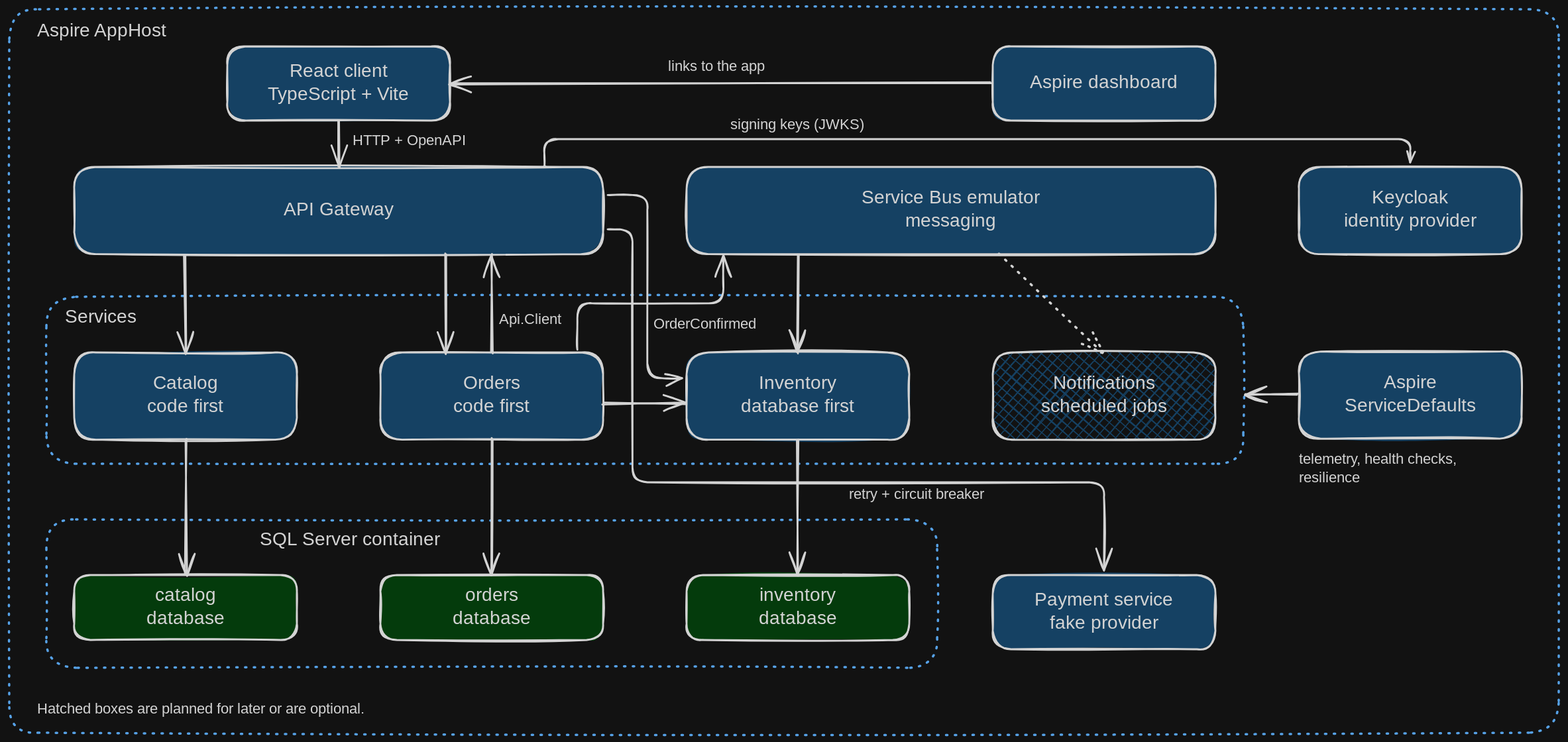
Earlier version of the Excalidraw export resources/schemas/CatDemoArchitecture.excalidraw.svg (gmarginet/CleanArchitectureToolkit). Source tidied: one line per element, renumbered; positions are measured from the earlier drawing's top-left corner, leaving out a move shared by most shapes.
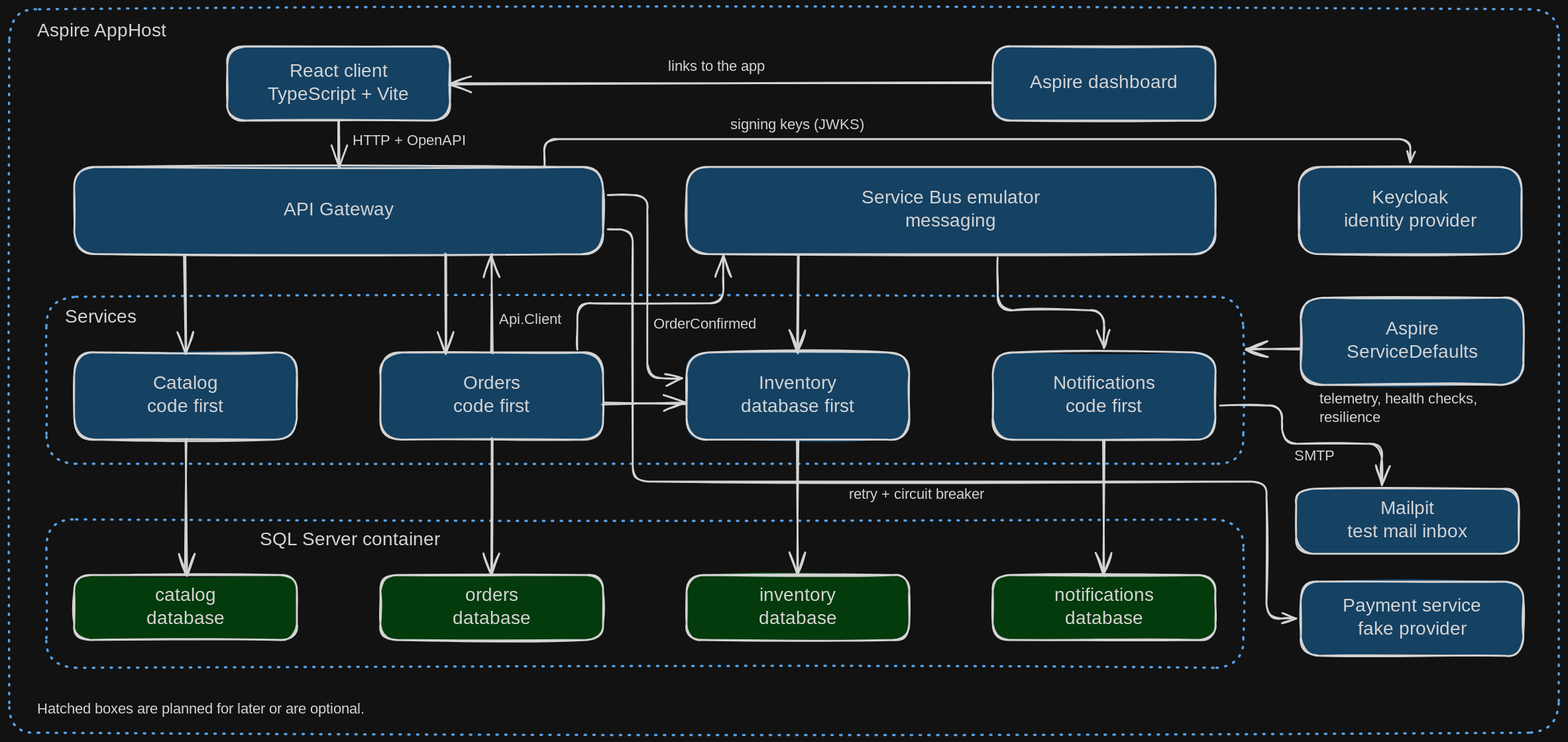
The same file after the commit.

Commit message:
Show Notifications, its database and Mailpit in the demo drawing (skip-pub)

What changed in the source:
```diff
@@ -1,6 +1,6 @@
 {"id": 0, "type": "rectangle", "strokeColor": "#1971c2", "strokeWidth": 2, "strokeStyle": "dotted", "roughness": 1, "round": true, "x": 0, "y": 0, "width": 1670, "height": 780}
 {"id": 1, "type": "rectangle", "strokeColor": "#1971c2", "strokeWidth": 2, "strokeStyle": "dotted", "roughness": 1, "round": true, "x": 40, "y": 310, "width": 1290, "height": 180}
-{"id": 2, "type": "rectangle", "strokeColor": "#1971c2", "strokeWidth": 2, "strokeStyle": "dotted", "roughness": 1, "round": true, "x": 40, "y": 550, "width": 960, "height": 160}
+{"id": 2, "type": "rectangle", "strokeColor": "#1971c2", "strokeWidth": 2, "strokeStyle": "dotted", "roughness": 1, "round": true, "x": 40, "y": 550, "width": 1290, "height": 160}
 {"id": 3, "type": "text", "text": "Aspire AppHost", "strokeColor": "#1e1e1e", "strokeWidth": 2, "roughness": 1, "fontSize": 20, "fontFamily": 5, "x": 30, "y": 12, "width": 141, "height": 25}
 {"id": 4, "type": "text", "text": "Services", "strokeColor": "#1e1e1e", "strokeWidth": 2, "roughness": 1, "fontSize": 20, "fontFamily": 5, "x": 60, "y": 320, "width": 81, "height": 25}
 {"id": 5, "type": "text", "text": "SQL Server container", "strokeColor": "#1e1e1e", "strokeWidth": 2, "roughness": 1, "fontSize": 20, "fontFamily": 5, "x": 270, "y": 560, "width": 202, "height": 25}
@@ -18,37 +18,37 @@
 {"id": 17, "type": "text", "text": "Orders\ncode first", "strokeColor": "#1e1e1e", "strokeWidth": 2, "roughness": 1, "fontSize": 20, "fontFamily": 5, "textAlign": "center", "verticalAlign": "middle", "inside": 16, "x": 470, "y": 392, "width": 101, "height": 50}
 {"id": 18, "type": "rectangle", "strokeColor": "#1e1e1e", "backgroundColor": "#a5d8ff", "fillStyle": "solid", "strokeWidth": 2, "roughness": 1, "round": true, "x": 730, "y": 370, "width": 240, "height": 94}
 {"id": 19, "type": "text", "text": "Inventory\ndatabase first", "strokeColor": "#1e1e1e", "strokeWidth": 2, "roughness": 1, "fontSize": 20, "fontFamily": 5, "textAlign": "center", "verticalAlign": "middle", "inside": 18, "x": 779, "y": 392, "width": 141, "height": 50}
-{"id": 20, "type": "rectangle", "strokeColor": "#1e1e1e", "backgroundColor": "#a5d8ff", "fillStyle": "cross-hatch", "strokeWidth": 2, "roughness": 1, "round": true, "x": 1060, "y": 370, "width": 240, "height": 94}
+{"id": 20, "type": "rectangle", "strokeColor": "#1e1e1e", "backgroundColor": "#a5d8ff", "fillStyle": "solid", "strokeWidth": 2, "roughness": 1, "round": true, "x": 1060, "y": 370, "width": 240, "height": 94}
-{"id": 21, "type": "text", "text": "Notifications\nscheduled jobs", "strokeColor": "#1e1e1e", "strokeWidth": 2, "roughness": 1, "fontSize": 20, "fontFamily": 5, "textAlign": "center", "verticalAlign": "middle", "inside": 20, "x": 1109, "y": 392, "width": 142, "height": 50}
+{"id": 21, "type": "text", "text": "Notifications\ncode first", "strokeColor": "#1e1e1e", "strokeWidth": 2, "roughness": 1, "fontSize": 20, "fontFamily": 5, "textAlign": "center", "verticalAlign": "middle", "inside": 20, "x": 1109, "y": 392, "width": 142, "height": 50}
-{"id": 22, "type": "rectangle", "strokeColor": "#1e1e1e", "backgroundColor": "#a5d8ff", "fillStyle": "solid", "strokeWidth": 2, "roughness": 1, "round": true, "x": 1390, "y": 369, "width": 240, "height": 94}
+{"id": 22, "type": "rectangle", "strokeColor": "#1e1e1e", "backgroundColor": "#a5d8ff", "fillStyle": "solid", "strokeWidth": 2, "roughness": 1, "round": true, "x": 1392, "y": 311, "width": 240, "height": 94}
-{"id": 23, "type": "text", "text": "Aspire\nServiceDefaults", "strokeColor": "#1e1e1e", "strokeWidth": 2, "roughness": 1, "fontSize": 20, "fontFamily": 5, "textAlign": "center", "verticalAlign": "middle", "inside": 22, "x": 1434, "y": 391, "width": 153, "height": 50}
+{"id": 23, "type": "text", "text": "Aspire\nServiceDefaults", "strokeColor": "#1e1e1e", "strokeWidth": 2, "roughness": 1, "fontSize": 20, "fontFamily": 5, "textAlign": "center", "verticalAlign": "middle", "inside": 22, "x": 1436, "y": 333, "width": 153, "height": 50}
 {"id": 24, "type": "rectangle", "strokeColor": "#1e1e1e", "backgroundColor": "#b2f2bb", "fillStyle": "solid", "strokeWidth": 2, "roughness": 1, "round": true, "x": 70, "y": 610, "width": 240, "height": 70}
 {"id": 25, "type": "text", "text": "catalog\ndatabase", "strokeColor": "#1e1e1e", "strokeWidth": 2, "roughness": 1, "fontSize": 20, "fontFamily": 5, "textAlign": "center", "verticalAlign": "middle", "inside": 24, "x": 150, "y": 620, "width": 81, "height": 50}
 {"id": 26, "type": "rectangle", "strokeColor": "#1e1e1e", "backgroundColor": "#b2f2bb", "fillStyle": "solid", "strokeWidth": 2, "roughness": 1, "round": true, "x": 400, "y": 610, "width": 240, "height": 70}
 {"id": 27, "type": "text", "text": "orders\ndatabase", "strokeColor": "#1e1e1e", "strokeWidth": 2, "roughness": 1, "fontSize": 20, "fontFamily": 5, "textAlign": "center", "verticalAlign": "middle", "inside": 26, "x": 480, "y": 620, "width": 81, "height": 50}
 {"id": 28, "type": "rectangle", "strokeColor": "#1e1e1e", "backgroundColor": "#b2f2bb", "fillStyle": "solid", "strokeWidth": 2, "roughness": 1, "round": true, "x": 730, "y": 610, "width": 240, "height": 70}
 {"id": 29, "type": "text", "text": "inventory\ndatabase", "strokeColor": "#1e1e1e", "strokeWidth": 2, "roughness": 1, "fontSize": 20, "fontFamily": 5, "textAlign": "center", "verticalAlign": "middle", "inside": 28, "x": 805, "y": 620, "width": 91, "height": 50}
-{"id": 30, "type": "rectangle", "strokeColor": "#1e1e1e", "backgroundColor": "#a5d8ff", "fillStyle": "solid", "strokeWidth": 2, "roughness": 1, "round": true, "x": 1060, "y": 610, "width": 240, "height": 80}
+{"id": 30, "type": "rectangle", "strokeColor": "#1e1e1e", "backgroundColor": "#a5d8ff", "fillStyle": "solid", "strokeWidth": 2, "roughness": 1, "round": true, "x": 1392, "y": 617, "width": 240, "height": 80}
-{"id": 31, "type": "text", "text": "Payment service\nfake provider", "strokeColor": "#1e1e1e", "strokeWidth": 2, "roughness": 1, "fontSize": 20, "fontFamily": 5, "textAlign": "center", "verticalAlign": "middle", "inside": 30, "x": 1104, "y": 625, "width": 151, "height": 50}
+{"id": 31, "type": "text", "text": "Payment service\nfake provider", "strokeColor": "#1e1e1e", "strokeWidth": 2, "roughness": 1, "fontSize": 20, "fontFamily": 5, "textAlign": "center", "verticalAlign": "middle", "inside": 30, "x": 1436, "y": 632, "width": 151, "height": 50}
 {"id": 32, "type": "arrow", "strokeColor": "#1e1e1e", "strokeWidth": 2, "roughness": 1, "endArrowhead": "arrow", "round": true, "from": 6, "to": 10, "x": 355, "y": 120, "width": 0, "height": 50, "points": [[0, 0], [0, 50]]}
 {"id": 33, "type": "arrow", "strokeColor": "#1e1e1e", "strokeWidth": 2, "roughness": 1, "endArrowhead": "arrow", "round": true, "from": 8, "to": 6, "x": 1059, "y": 80, "width": 583, "height": 0, "points": [[0, 0], [-583, 0]]}
 {"id": 34, "type": "arrow", "strokeColor": "#1e1e1e", "strokeWidth": 2, "roughness": 1, "endArrowhead": "arrow", "round": true, "from": 10, "to": 14, "x": 190, "y": 264, "width": 0, "height": 106, "points": [[0, 0], [0, 106]]}
 {"id": 35, "type": "arrow", "strokeColor": "#1e1e1e", "strokeWidth": 2, "roughness": 1, "endArrowhead": "arrow", "round": true, "from": 10, "to": 16, "x": 470, "y": 264, "width": 0, "height": 106, "points": [[0, 0], [0, 106]]}
 {"id": 36, "type": "arrow", "strokeColor": "#1e1e1e", "strokeWidth": 2, "roughness": 1, "endArrowhead": "arrow", "from": 16, "to": 12, "x": 612, "y": 367, "width": 157, "height": 102, "points": [[0, 0], [0, -50], [157, -50], [157, -102]]}
 {"id": 37, "type": "arrow", "strokeColor": "#1e1e1e", "strokeWidth": 2, "roughness": 1, "endArrowhead": "arrow", "round": true, "from": 12, "to": 18, "x": 850, "y": 264, "width": 0, "height": 106, "points": [[0, 0], [0, 106]]}
-{"id": 38, "type": "arrow", "strokeColor": "#1e1e1e", "strokeWidth": 2, "strokeStyle": "dotted", "roughness": 1, "endArrowhead": "arrow", "round": true, "from": 12, "to": 20, "x": 1066, "y": 264, "width": 114, "height": 105, "points": [[0, 0], [114, 105]]}
+{"id": 38, "type": "arrow", "strokeColor": "#1e1e1e", "strokeWidth": 2, "roughness": 1, "endArrowhead": "arrow", "from": 12, "to": 20, "x": 1065, "y": 268, "width": 115, "height": 97, "points": [[0, 0], [0, 57], [115, 57], [115, 97]]}
 {"id": 39, "type": "arrow", "strokeColor": "#1e1e1e", "strokeWidth": 2, "roughness": 1, "endArrowhead": "arrow", "round": true, "from": 16, "to": 10, "x": 520, "y": 370, "width": 0, "height": 106, "points": [[0, 0], [0, -106]]}
 {"id": 40, "type": "arrow", "strokeColor": "#1e1e1e", "strokeWidth": 2, "roughness": 1, "endArrowhead": "arrow", "round": true, "from": 14, "to": 24, "x": 190, "y": 464, "width": 0, "height": 146, "points": [[0, 0], [0, 146]]}
 {"id": 41, "type": "arrow", "strokeColor": "#1e1e1e", "strokeWidth": 2, "roughness": 1, "endArrowhead": "arrow", "round": true, "from": 16, "to": 26, "x": 520, "y": 464, "width": 0, "height": 146, "points": [[0, 0], [0, 146]]}
 {"id": 42, "type": "arrow", "strokeColor": "#1e1e1e", "strokeWidth": 2, "roughness": 1, "endArrowhead": "arrow", "round": true, "from": 18, "to": 28, "x": 850, "y": 464, "width": 0, "height": 146, "points": [[0, 0], [0, 146]]}
-{"id": 43, "type": "arrow", "strokeColor": "#1e1e1e", "strokeWidth": 2, "roughness": 1, "endArrowhead": "arrow", "from": 10, "to": 30, "x": 645, "y": 237, "width": 535, "height": 368, "points": [[0, 0], [27, 0], [27, 273], [535, 273], [535, 368]]}
+{"id": 43, "type": "arrow", "strokeColor": "#1e1e1e", "strokeWidth": 2, "roughness": 1, "endArrowhead": "arrow", "from": 10, "to": 30, "x": 645, "y": 237, "width": 742, "height": 420, "points": [[0, 0], [27, 0], [27, 272], [710, 272], [710, 420], [742, 420]]}
-{"id": 44, "type": "arrow", "strokeColor": "#1e1e1e", "strokeWidth": 2, "roughness": 1, "endArrowhead": "arrow", "round": true, "from": 22, "to": 1, "x": 1389, "y": 416, "width": 58, "height": 0, "points": [[0, 0], [-58, 0]]}
+{"id": 44, "type": "arrow", "strokeColor": "#1e1e1e", "strokeWidth": 2, "roughness": 1, "endArrowhead": "arrow", "round": true, "from": 22, "to": 1, "x": 1391, "y": 367, "width": 59, "height": 0, "points": [[0, 0], [-59, 0]]}
 {"id": 45, "type": "text", "text": "HTTP + OpenAPI", "strokeColor": "#1e1e1e", "strokeWidth": 2, "roughness": 1, "fontSize": 16, "fontFamily": 5, "x": 370, "y": 132, "width": 113, "height": 20}
 {"id": 46, "type": "text", "text": "links to the app", "strokeColor": "#1e1e1e", "strokeWidth": 2, "roughness": 1, "fontSize": 16, "fontFamily": 5, "x": 710, "y": 52, "width": 130, "height": 20}
 {"id": 47, "type": "text", "text": "OrderConfirmed", "strokeColor": "#1e1e1e", "strokeWidth": 2, "roughness": 1, "fontSize": 16, "fontFamily": 5, "x": 694, "y": 330, "width": 113, "height": 20}
 {"id": 48, "type": "text", "text": "Api.Client", "strokeColor": "#1e1e1e", "strokeWidth": 2, "roughness": 1, "fontSize": 16, "fontFamily": 5, "x": 528, "y": 325, "width": 81, "height": 20}
 {"id": 49, "type": "text", "text": "retry + circuit breaker", "strokeColor": "#1e1e1e", "strokeWidth": 2, "roughness": 1, "fontSize": 16, "fontFamily": 5, "x": 905, "y": 514, "width": 186, "height": 20}
-{"id": 50, "type": "text", "text": "telemetry, health checks,\nresilience", "strokeColor": "#1e1e1e", "strokeWidth": 2, "roughness": 1, "fontSize": 16, "fontFamily": 5, "x": 1390, "y": 476, "width": 202, "height": 40}
+{"id": 50, "type": "text", "text": "telemetry, health checks,\nresilience", "strokeColor": "#1e1e1e", "strokeWidth": 2, "roughness": 1, "fontSize": 16, "fontFamily": 5, "x": 1412, "y": 411, "width": 202, "height": 40}
 {"id": 51, "type": "text", "text": "Hatched boxes are planned for later or are optional.", "strokeColor": "#1e1e1e", "strokeWidth": 2, "roughness": 1, "fontSize": 16, "fontFamily": 5, "x": 30, "y": 745, "width": 407, "height": 20}
 {"id": 52, "type": "rectangle", "strokeColor": "#1e1e1e", "backgroundColor": "#a5d8ff", "fillStyle": "solid", "strokeWidth": 2, "roughness": 1, "round": true, "x": 1390, "y": 170, "width": 240, "height": 94}
 {"id": 53, "type": "text", "text": "Keycloak\nidentity provider", "strokeColor": "#1e1e1e", "strokeWidth": 2, "roughness": 1, "fontSize": 20, "fontFamily": 5, "textAlign": "center", "verticalAlign": "middle", "inside": 52, "x": 1424, "y": 192, "width": 172, "height": 50}
@@ -56,3 +56,10 @@
 {"id": 55, "type": "text", "text": "signing keys (JWKS)", "strokeColor": "#1e1e1e", "strokeWidth": 2, "roughness": 1, "fontSize": 16, "fontFamily": 5, "x": 777, "y": 115, "width": 154, "height": 20}
 {"id": 56, "type": "arrow", "strokeColor": "#1e1e1e", "strokeWidth": 2, "roughness": 1, "endArrowhead": "arrow", "round": true, "from": 16, "to": 18, "x": 640, "y": 425, "width": 90, "height": 0, "points": [[0, 0], [90, 0]]}
 {"id": 57, "type": "arrow", "strokeColor": "#1e1e1e", "strokeWidth": 2, "roughness": 1, "endArrowhead": "arrow", "from": 10, "to": 18, "x": 645, "y": 200, "width": 80, "height": 197, "points": [[0, 0], [43, 0], [43, 197], [80, 197]]}
+{"id": 58, "type": "rectangle", "strokeColor": "#1e1e1e", "backgroundColor": "#a5d8ff", "fillStyle": "solid", "strokeWidth": 2, "roughness": 1, "round": true, "x": 1387, "y": 517, "width": 240, "height": 70}
+{"id": 59, "type": "text", "text": "Mailpit\ntest mail inbox", "strokeColor": "#1e1e1e", "strokeWidth": 2, "roughness": 1, "fontSize": 20, "fontFamily": 5, "textAlign": "center", "verticalAlign": "middle", "inside": 58, "x": 1427, "y": 527, "width": 160, "height": 50}
+{"id": 60, "type": "arrow", "strokeColor": "#1e1e1e", "strokeWidth": 2, "roughness": 1, "endArrowhead": "arrow", "from": 20, "to": 58, "x": 1305, "y": 427, "width": 174, "height": 86, "points": [[0, 0], [67, 0], [67, 41], [174, 41], [174, 86]]}
+{"id": 61, "type": "text", "text": "SMTP", "strokeColor": "#1e1e1e", "strokeWidth": 2, "roughness": 1, "fontSize": 16, "fontFamily": 5, "x": 1385, "y": 472, "width": 40, "height": 20}
+{"id": 62, "type": "rectangle", "strokeColor": "#1e1e1e", "backgroundColor": "#b2f2bb", "fillStyle": "solid", "strokeWidth": 2, "roughness": 1, "round": true, "x": 1060, "y": 610, "width": 240, "height": 70}
+{"id": 63, "type": "text", "text": "notifications\ndatabase", "strokeColor": "#1e1e1e", "strokeWidth": 2, "roughness": 1, "fontSize": 20, "fontFamily": 5, "textAlign": "center", "verticalAlign": "middle", "inside": 62, "x": 1125, "y": 620, "width": 110, "height": 50}
+{"id": 64, "type": "arrow", "strokeColor": "#1e1e1e", "strokeWidth": 2, "roughness": 1, "endArrowhead": "arrow", "round": true, "x": 1180, "y": 464, "width": 0, "height": 146, "points": [[0, 0], [0, 146]]}
```
